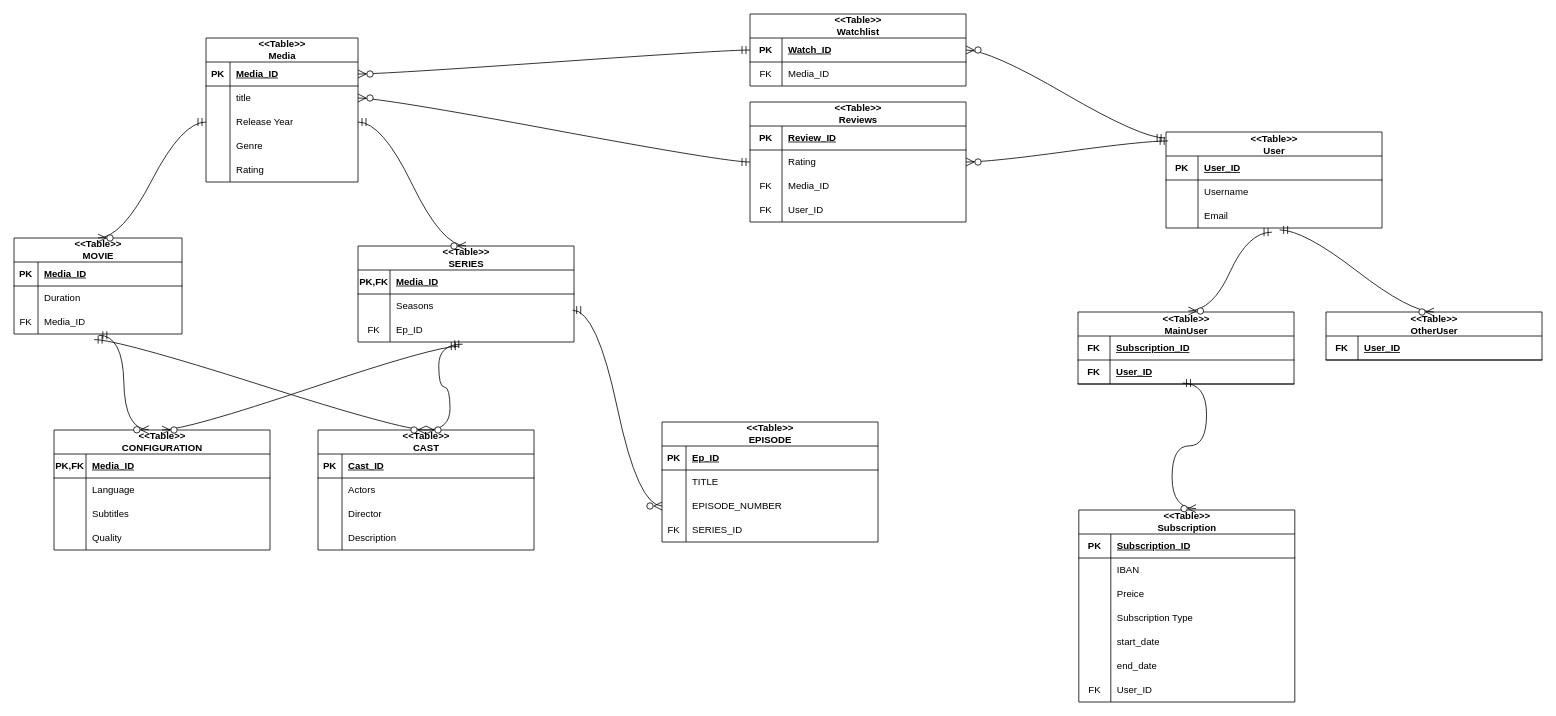
This is draw_io/oo_inheritance.drawio from KevinGarrison/DataEngineeringProjects, a draw.io file, before an edit. Source tidied: cells renumbered, new cells numbered last; positions are measured from the earlier drawing's top-left corner, leaving out a move shared by most shapes. Both pictures are drawn from the tidied source at 80%, with x=0, y=0 at pixel (-50, 14).
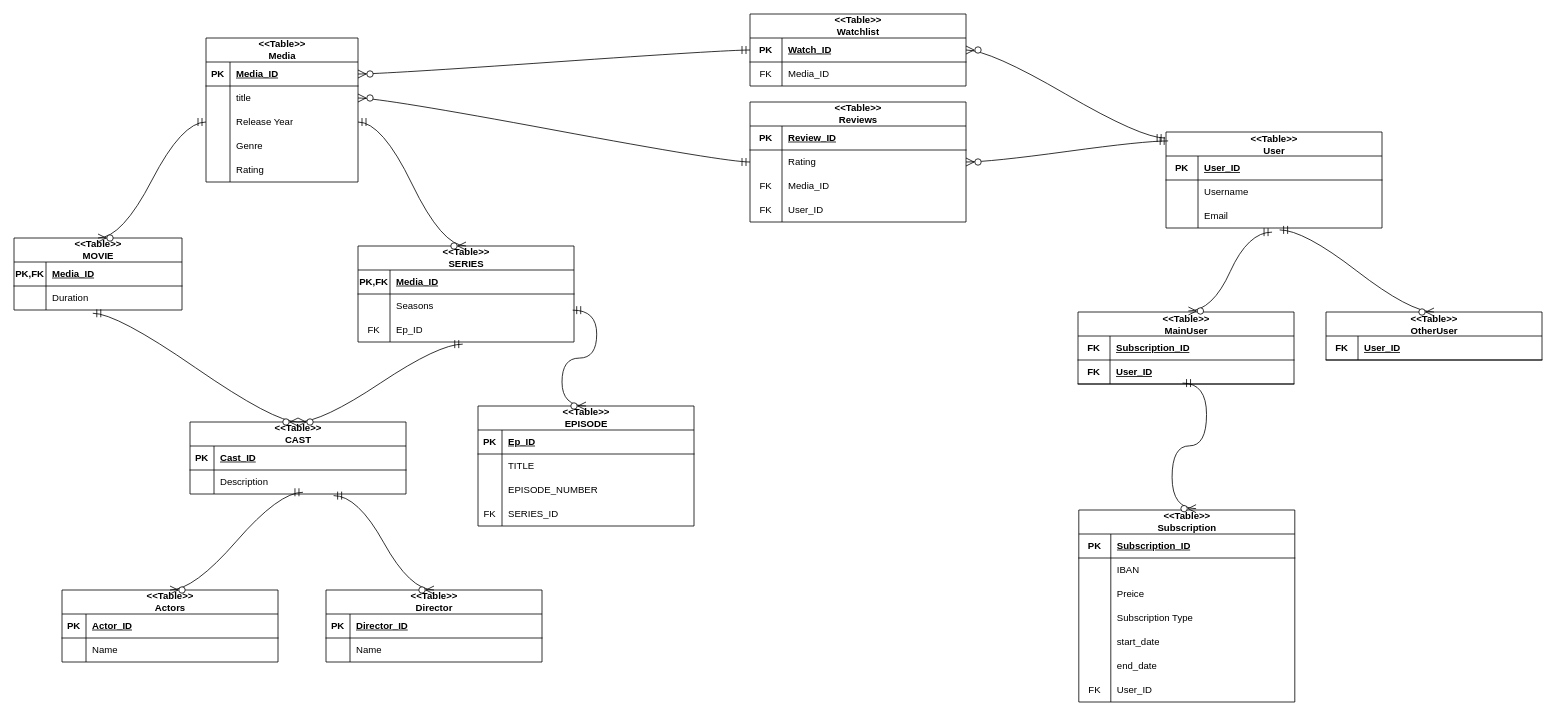
Above is the later version.

Commit message:
Config gelöscht

The change refers to these unchanged cells:
```xml
<mxCell id="19" style="shape=tableRow;horizontal=0;startSize=0;swimlaneHead=0;swimlaneBody=0;fillColor=none;top=0;left=0;right=0;bottom=1;" parent="18" vertex="1">
  <mxGeometry y="30" width="210" height="30" as="geometry" />
</mxCell>
<mxCell id="22" style="shape=tableRow;horizontal=0;startSize=0;swimlaneHead=0;swimlaneBody=0;fillColor=none;points=[[0,0.5],[1,0.5]];portConstraint=eastwest;top=0;left=0;right=0;bottom=0;" parent="18" vertex="1">
  <mxGeometry y="60" width="210" height="30" as="geometry" />
</mxCell>
<mxCell id="35" style="shape=tableRow;horizontal=0;startSize=0;swimlaneHead=0;swimlaneBody=0;fillColor=none;points=[[0,0.5],[1,0.5]];portConstraint=eastwest;top=0;left=0;right=0;bottom=0;" parent="28" vertex="1">
  <mxGeometry y="90" width="270" height="30" as="geometry" />
</mxCell>
<mxCell id="45" style="shape=tableRow;horizontal=0;startSize=0;swimlaneHead=0;swimlaneBody=0;fillColor=none;points=[[0,0.5],[1,0.5]];portConstraint=eastwest;top=0;left=0;right=0;bottom=0;" parent="38" vertex="1">
  <mxGeometry y="90" width="270" height="30" as="geometry" />
</mxCell>
```

Change to the diagram source:
```diff
@@
     <mxCell id="18" value="&amp;lt;&amp;lt;Table&amp;gt;&amp;gt;&lt;div&gt;MOVIE&lt;/div&gt;" style="shape=table;startSize=30;childLayout=tableLayout;rowLines=0;fontStyle=1;align=center;html=1;" parent="1" vertex="1">
-      <mxGeometry x="80" y="280" width="210" height="120" as="geometry" />
+      <mxGeometry x="80" y="280" width="210" height="90" as="geometry" />
     </mxCell>
@@
-    <mxCell id="20" value="PK" style="shape=partialRectangle;fillColor=none;top=0;left=0;bottom=0;right=0;fontStyle=1;overflow=hidden;whiteSpace=wrap;html=1;" parent="19" vertex="1">
-      <mxGeometry width="30" height="30" as="geometry" />
+    <mxCell id="20" value="PK,FK" style="shape=partialRectangle;fillColor=none;top=0;left=0;bottom=0;right=0;fontStyle=1;overflow=hidden;whiteSpace=wrap;html=1;" parent="19" vertex="1">
+      <mxGeometry width="40" height="30" as="geometry" />
     </mxCell>
     <mxCell id="21" value="Media_ID" style="shape=partialRectangle;fillColor=none;top=0;left=0;bottom=0;right=0;align=left;spacingLeft=6;fontStyle=5;overflow=hidden;whiteSpace=wrap;html=1;" parent="19" vertex="1">
-      <mxGeometry x="30" width="180" height="30" as="geometry" />
+      <mxGeometry x="40" width="170" height="30" as="geometry" />
     </mxCell>
@@
     <mxCell id="23" style="shape=partialRectangle;fillColor=none;top=0;left=0;bottom=0;right=0;overflow=hidden;whiteSpace=wrap;html=1;" parent="22" vertex="1">
-      <mxGeometry width="30" height="30" as="geometry" />
+      <mxGeometry width="40" height="30" as="geometry" />
     </mxCell>
     <mxCell id="24" value="Duration" style="shape=partialRectangle;fillColor=none;top=0;left=0;bottom=0;right=0;align=left;spacingLeft=6;overflow=hidden;whiteSpace=wrap;html=1;" parent="22" vertex="1">
-      <mxGeometry x="30" width="180" height="30" as="geometry" />
+      <mxGeometry x="40" width="170" height="30" as="geometry" />
     </mxCell>
-    <mxCell id="25" style="shape=tableRow;horizontal=0;startSize=0;swimlaneHead=0;swimlaneBody=0;fillColor=none;points=[[0,0.5],[1,0.5]];portConstraint=eastwest;top=0;left=0;right=0;bottom=0;" parent="18" vertex="1">
-      <mxGeometry y="90" width="210" height="30" as="geometry" />
-    </mxCell>
-    <mxCell id="26" value="FK" style="shape=partialRectangle;fillColor=none;top=0;left=0;bottom=0;right=0;overflow=hidden;whiteSpace=wrap;html=1;" parent="25" vertex="1">
-      <mxGeometry width="30" height="30" as="geometry" />
-    </mxCell>
-    <mxCell id="27" value="Media_ID" style="shape=partialRectangle;fillColor=none;top=0;left=0;bottom=0;right=0;align=left;spacingLeft=6;overflow=hidden;whiteSpace=wrap;html=1;" parent="25" vertex="1">
-      <mxGeometry x="30" width="180" height="30" as="geometry" />
-    </mxCell>
@@
     <mxCell id="38" value="&amp;lt;&amp;lt;Table&amp;gt;&amp;gt;&lt;div&gt;EPISODE&lt;/div&gt;" style="shape=table;startSize=30;childLayout=tableLayout;rowLines=0;fontStyle=1;align=center;html=1;" parent="1" vertex="1">
-      <mxGeometry x="890" y="510" width="270" height="150" as="geometry" />
+      <mxGeometry x="660" y="490" width="270" height="150" as="geometry" />
     </mxCell>
@@
-    <mxCell id="53" style="edgeStyle=entityRelationEdgeStyle;fontSize=12;html=1;endArrow=ERzeroToMany;startArrow=ERmandOne;rounded=0;startSize=8;endSize=8;curved=1;exitX=0.994;exitY=-0.327;exitDx=0;exitDy=0;exitPerimeter=0;" parent="1" edge="1" source="35" target="45">
+    <mxCell id="53" style="edgeStyle=entityRelationEdgeStyle;fontSize=12;html=1;endArrow=ERzeroToMany;startArrow=ERmandOne;rounded=0;startSize=8;endSize=8;curved=1;exitX=0.994;exitY=-0.327;exitDx=0;exitDy=0;exitPerimeter=0;entryX=0.5;entryY=0;entryDx=0;entryDy=0;" parent="1" edge="1" source="35" target="38">
       <mxGeometry relative="1" as="geometry">
         <Array as="points">
           <mxPoint x="840" y="620" />
         </Array>
       </mxGeometry>
     </mxCell>
     <mxCell id="54" value="&amp;lt;&amp;lt;Table&amp;gt;&amp;gt;&lt;div&gt;CAST&lt;/div&gt;" style="shape=table;startSize=30;childLayout=tableLayout;rowLines=0;fontStyle=1;align=center;html=1;" parent="1" vertex="1">
-      <mxGeometry x="460" y="520" width="270" height="150" as="geometry" />
+      <mxGeometry x="300" y="510" width="270" height="90" as="geometry" />
     </mxCell>
@@
-    <mxCell id="58" style="shape=tableRow;horizontal=0;startSize=0;swimlaneHead=0;swimlaneBody=0;fillColor=none;top=0;left=0;right=0;bottom=0;" parent="54" vertex="1">
-      <mxGeometry y="60" width="270" height="30" as="geometry" />
-    </mxCell>
-    <mxCell id="59" style="shape=partialRectangle;fillColor=none;top=0;left=0;bottom=0;right=0;overflow=hidden;whiteSpace=wrap;html=1;" parent="58" vertex="1">
-      <mxGeometry width="30" height="30" as="geometry" />
-    </mxCell>
-    <mxCell id="60" value="Actors" style="shape=partialRectangle;fillColor=none;top=0;left=0;bottom=0;right=0;align=left;spacingLeft=6;overflow=hidden;whiteSpace=wrap;html=1;" parent="58" vertex="1">
-      <mxGeometry x="30" width="240" height="30" as="geometry" />
-    </mxCell>
-    <mxCell id="61" style="shape=tableRow;horizontal=0;startSize=0;swimlaneHead=0;swimlaneBody=0;fillColor=none;top=0;left=0;right=0;bottom=0;" parent="54" vertex="1">
-      <mxGeometry y="90" width="270" height="30" as="geometry" />
-    </mxCell>
-    <mxCell id="62" style="shape=partialRectangle;fillColor=none;top=0;left=0;bottom=0;right=0;overflow=hidden;whiteSpace=wrap;html=1;" parent="61" vertex="1">
-      <mxGeometry width="30" height="30" as="geometry" />
-    </mxCell>
-    <mxCell id="63" value="Director" style="shape=partialRectangle;fillColor=none;top=0;left=0;bottom=0;right=0;align=left;spacingLeft=6;overflow=hidden;whiteSpace=wrap;html=1;" parent="61" vertex="1">
-      <mxGeometry x="30" width="240" height="30" as="geometry" />
-    </mxCell>
     <mxCell id="64" style="shape=tableRow;horizontal=0;startSize=0;swimlaneHead=0;swimlaneBody=0;fillColor=none;points=[[0,0.5],[1,0.5]];portConstraint=eastwest;top=0;left=0;right=0;bottom=0;" parent="54" vertex="1">
-      <mxGeometry y="120" width="270" height="30" as="geometry" />
+      <mxGeometry y="60" width="270" height="30" as="geometry" />
     </mxCell>
@@
-    <mxCell id="68" value="&amp;lt;&amp;lt;Table&amp;gt;&amp;gt;&lt;div&gt;CONFIGURATION&lt;/div&gt;" style="shape=table;startSize=30;childLayout=tableLayout;rowLines=0;fontStyle=1;align=center;html=1;" parent="1" vertex="1">
-      <mxGeometry x="130" y="520" width="270" height="150" as="geometry" />
-    </mxCell>
-    <mxCell id="69" style="shape=tableRow;horizontal=0;startSize=0;swimlaneHead=0;swimlaneBody=0;fillColor=none;top=0;left=0;right=0;bottom=1;" parent="68" vertex="1">
-      <mxGeometry y="30" width="270" height="30" as="geometry" />
-    </mxCell>
-    <mxCell id="70" value="PK,FK" style="shape=partialRectangle;fillColor=none;top=0;left=0;bottom=0;right=0;fontStyle=1;overflow=hidden;whiteSpace=wrap;html=1;" parent="69" vertex="1">
-      <mxGeometry width="40" height="30" as="geometry" />
-    </mxCell>
-    <mxCell id="71" value="Media_ID" style="shape=partialRectangle;fillColor=none;top=0;left=0;bottom=0;right=0;align=left;spacingLeft=6;fontStyle=5;overflow=hidden;whiteSpace=wrap;html=1;" parent="69" vertex="1">
-      <mxGeometry x="40" width="230" height="30" as="geometry" />
-    </mxCell>
-    <mxCell id="72" style="shape=tableRow;horizontal=0;startSize=0;swimlaneHead=0;swimlaneBody=0;fillColor=none;top=0;left=0;right=0;bottom=0;" parent="68" vertex="1">
-      <mxGeometry y="60" width="270" height="30" as="geometry" />
-    </mxCell>
-    <mxCell id="73" style="shape=partialRectangle;fillColor=none;top=0;left=0;bottom=0;right=0;overflow=hidden;whiteSpace=wrap;html=1;" parent="72" vertex="1">
-      <mxGeometry width="40" height="30" as="geometry" />
-    </mxCell>
-    <mxCell id="74" value="Language" style="shape=partialRectangle;fillColor=none;top=0;left=0;bottom=0;right=0;align=left;spacingLeft=6;overflow=hidden;whiteSpace=wrap;html=1;" parent="72" vertex="1">
-      <mxGeometry x="40" width="230" height="30" as="geometry" />
-    </mxCell>
-    <mxCell id="75" style="shape=tableRow;horizontal=0;startSize=0;swimlaneHead=0;swimlaneBody=0;fillColor=none;top=0;left=0;right=0;bottom=0;" parent="68" vertex="1">
-      <mxGeometry y="90" width="270" height="30" as="geometry" />
-    </mxCell>
-    <mxCell id="76" style="shape=partialRectangle;fillColor=none;top=0;left=0;bottom=0;right=0;overflow=hidden;whiteSpace=wrap;html=1;" parent="75" vertex="1">
-      <mxGeometry width="40" height="30" as="geometry" />
-    </mxCell>
-    <mxCell id="77" value="Subtitles" style="shape=partialRectangle;fillColor=none;top=0;left=0;bottom=0;right=0;align=left;spacingLeft=6;overflow=hidden;whiteSpace=wrap;html=1;" parent="75" vertex="1">
-      <mxGeometry x="40" width="230" height="30" as="geometry" />
-    </mxCell>
-    <mxCell id="78" style="shape=tableRow;horizontal=0;startSize=0;swimlaneHead=0;swimlaneBody=0;fillColor=none;top=0;left=0;right=0;bottom=0;" parent="68" vertex="1">
-      <mxGeometry y="120" width="270" height="30" as="geometry" />
-    </mxCell>
-    <mxCell id="79" style="shape=partialRectangle;fillColor=none;top=0;left=0;bottom=0;right=0;overflow=hidden;whiteSpace=wrap;html=1;" parent="78" vertex="1">
-      <mxGeometry width="40" height="30" as="geometry" />
-    </mxCell>
-    <mxCell id="80" value="Quality" style="shape=partialRectangle;fillColor=none;top=0;left=0;bottom=0;right=0;align=left;spacingLeft=6;overflow=hidden;whiteSpace=wrap;html=1;" parent="78" vertex="1">
-      <mxGeometry x="40" width="230" height="30" as="geometry" />
-    </mxCell>
-    <mxCell id="81" style="edgeStyle=entityRelationEdgeStyle;fontSize=12;html=1;endArrow=ERzeroToMany;startArrow=ERmandOne;rounded=0;startSize=8;endSize=8;curved=1;exitX=0.469;exitY=1.173;exitDx=0;exitDy=0;exitPerimeter=0;entryX=0.5;entryY=0;entryDx=0;entryDy=0;" parent="1" edge="1" source="35" target="68">
-      <mxGeometry relative="1" as="geometry">
-        <Array as="points">
-          <mxPoint x="770" y="865" />
-          <mxPoint x="630" y="835" />
-          <mxPoint x="560" y="700" />
-          <mxPoint x="585" y="885" />
-          <mxPoint x="450" y="740" />
-          <mxPoint x="430" y="730" />
-          <mxPoint x="615" y="815" />
-          <mxPoint x="400" y="740" />
-          <mxPoint x="410" y="750" />
-          <mxPoint x="650" y="825" />
-          <mxPoint x="560" y="775" />
-          <mxPoint x="540" y="745" />
-          <mxPoint x="730" y="825" />
-        </Array>
-      </mxGeometry>
-    </mxCell>
-    <mxCell id="82" style="edgeStyle=entityRelationEdgeStyle;fontSize=12;html=1;endArrow=ERzeroToMany;startArrow=ERmandOne;rounded=0;startSize=8;endSize=8;curved=1;exitX=0.505;exitY=1.053;exitDx=0;exitDy=0;entryX=0.439;entryY=-0.002;entryDx=0;entryDy=0;exitPerimeter=0;entryPerimeter=0;" parent="1" edge="1" source="25" target="68">
-      <mxGeometry relative="1" as="geometry">
-        <Array as="points">
-          <mxPoint x="230" y="850" />
-          <mxPoint x="90" y="820" />
-          <mxPoint x="45" y="870" />
-          <mxPoint x="75" y="800" />
-          <mxPoint x="110" y="810" />
-          <mxPoint x="20" y="760" />
-          <mxPoint y="730" />
-          <mxPoint x="190" y="810" />
-        </Array>
-      </mxGeometry>
-    </mxCell>
@@
-    <mxCell id="124" style="edgeStyle=entityRelationEdgeStyle;fontSize=12;html=1;endArrow=ERzeroToMany;startArrow=ERmandOne;rounded=0;startSize=8;endSize=8;curved=1;exitX=0.477;exitY=1.233;exitDx=0;exitDy=0;exitPerimeter=0;entryX=0.5;entryY=0;entryDx=0;entryDy=0;" parent="1" edge="1" source="25" target="54">
+    <mxCell id="124" style="edgeStyle=entityRelationEdgeStyle;fontSize=12;html=1;endArrow=ERzeroToMany;startArrow=ERmandOne;rounded=0;startSize=8;endSize=8;curved=1;exitX=0.469;exitY=1.136;exitDx=0;exitDy=0;exitPerimeter=0;entryX=0.5;entryY=0;entryDx=0;entryDy=0;" parent="1" edge="1" source="22" target="54">
       <mxGeometry relative="1" as="geometry">
         <Array as="points">
           <mxPoint x="860" y="640" />
           <mxPoint x="577" y="500" />
           <mxPoint x="560" y="510" />
         </Array>
       </mxGeometry>
     </mxCell>
@@
+    <mxCell id="154" value="&amp;lt;&amp;lt;Table&amp;gt;&amp;gt;&lt;div&gt;Actors&lt;/div&gt;" style="shape=table;startSize=30;childLayout=tableLayout;rowLines=0;fontStyle=1;align=center;html=1;" parent="1" vertex="1">
+      <mxGeometry x="140" y="720" width="270" height="90" as="geometry" />
+    </mxCell>
+    <mxCell id="155" style="shape=tableRow;horizontal=0;startSize=0;swimlaneHead=0;swimlaneBody=0;fillColor=none;top=0;left=0;right=0;bottom=1;" parent="154" vertex="1">
+      <mxGeometry y="30" width="270" height="30" as="geometry" />
+    </mxCell>
+    <mxCell id="156" value="PK" style="shape=partialRectangle;fillColor=none;top=0;left=0;bottom=0;right=0;fontStyle=1;overflow=hidden;whiteSpace=wrap;html=1;" parent="155" vertex="1">
+      <mxGeometry width="30" height="30" as="geometry" />
+    </mxCell>
+    <mxCell id="157" value="Actor_ID" style="shape=partialRectangle;fillColor=none;top=0;left=0;bottom=0;right=0;align=left;spacingLeft=6;fontStyle=5;overflow=hidden;whiteSpace=wrap;html=1;" parent="155" vertex="1">
+      <mxGeometry x="30" width="240" height="30" as="geometry" />
+    </mxCell>
+    <mxCell id="158" style="shape=tableRow;horizontal=0;startSize=0;swimlaneHead=0;swimlaneBody=0;fillColor=none;top=0;left=0;right=0;bottom=0;" parent="154" vertex="1">
+      <mxGeometry y="60" width="270" height="30" as="geometry" />
+    </mxCell>
+    <mxCell id="159" style="shape=partialRectangle;fillColor=none;top=0;left=0;bottom=0;right=0;overflow=hidden;whiteSpace=wrap;html=1;" parent="158" vertex="1">
+      <mxGeometry width="30" height="30" as="geometry" />
+    </mxCell>
+    <mxCell id="160" value="Name" style="shape=partialRectangle;fillColor=none;top=0;left=0;bottom=0;right=0;align=left;spacingLeft=6;overflow=hidden;whiteSpace=wrap;html=1;" parent="158" vertex="1">
+      <mxGeometry x="30" width="240" height="30" as="geometry" />
+    </mxCell>
+    <mxCell id="161" value="&amp;lt;&amp;lt;Table&amp;gt;&amp;gt;&lt;div&gt;Director&lt;/div&gt;" style="shape=table;startSize=30;childLayout=tableLayout;rowLines=0;fontStyle=1;align=center;html=1;" parent="1" vertex="1">
+      <mxGeometry x="470" y="720" width="270" height="90" as="geometry" />
+    </mxCell>
+    <mxCell id="162" style="shape=tableRow;horizontal=0;startSize=0;swimlaneHead=0;swimlaneBody=0;fillColor=none;top=0;left=0;right=0;bottom=1;" parent="161" vertex="1">
+      <mxGeometry y="30" width="270" height="30" as="geometry" />
+    </mxCell>
+    <mxCell id="163" value="PK" style="shape=partialRectangle;fillColor=none;top=0;left=0;bottom=0;right=0;fontStyle=1;overflow=hidden;whiteSpace=wrap;html=1;" parent="162" vertex="1">
+      <mxGeometry width="30" height="30" as="geometry" />
+    </mxCell>
+    <mxCell id="164" value="Director_ID" style="shape=partialRectangle;fillColor=none;top=0;left=0;bottom=0;right=0;align=left;spacingLeft=6;fontStyle=5;overflow=hidden;whiteSpace=wrap;html=1;" parent="162" vertex="1">
+      <mxGeometry x="30" width="240" height="30" as="geometry" />
+    </mxCell>
+    <mxCell id="165" style="shape=tableRow;horizontal=0;startSize=0;swimlaneHead=0;swimlaneBody=0;fillColor=none;top=0;left=0;right=0;bottom=0;" parent="161" vertex="1">
+      <mxGeometry y="60" width="270" height="30" as="geometry" />
+    </mxCell>
+    <mxCell id="166" style="shape=partialRectangle;fillColor=none;top=0;left=0;bottom=0;right=0;overflow=hidden;whiteSpace=wrap;html=1;" parent="165" vertex="1">
+      <mxGeometry width="30" height="30" as="geometry" />
+    </mxCell>
+    <mxCell id="167" value="Name" style="shape=partialRectangle;fillColor=none;top=0;left=0;bottom=0;right=0;align=left;spacingLeft=6;overflow=hidden;whiteSpace=wrap;html=1;" parent="165" vertex="1">
+      <mxGeometry x="30" width="240" height="30" as="geometry" />
+    </mxCell>
+    <mxCell id="168" style="edgeStyle=entityRelationEdgeStyle;fontSize=12;html=1;endArrow=ERzeroToMany;startArrow=ERmandOne;rounded=0;startSize=8;endSize=8;curved=1;exitX=0.523;exitY=0.928;exitDx=0;exitDy=0;exitPerimeter=0;entryX=0.5;entryY=0;entryDx=0;entryDy=0;" parent="1" edge="1" source="64" target="154">
+      <mxGeometry relative="1" as="geometry">
+        <Array as="points">
+          <mxPoint x="775" y="830" />
+        </Array>
+      </mxGeometry>
+    </mxCell>
+    <mxCell id="169" style="edgeStyle=entityRelationEdgeStyle;fontSize=12;html=1;endArrow=ERzeroToMany;startArrow=ERmandOne;rounded=0;startSize=8;endSize=8;curved=1;exitX=0.665;exitY=1.067;exitDx=0;exitDy=0;exitPerimeter=0;entryX=0.5;entryY=0;entryDx=0;entryDy=0;" parent="1" edge="1" source="64" target="161">
+      <mxGeometry relative="1" as="geometry">
+        <Array as="points">
+          <mxPoint x="785" y="840" />
+        </Array>
+      </mxGeometry>
+    </mxCell>
```
